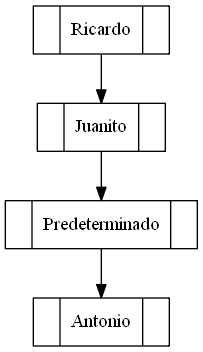
Above: Usuarios.png in TaTo30/EDD-Proyecto2_201800585 (Graphviz), before the change. Its source is kept beside it as Usuarios.dot.
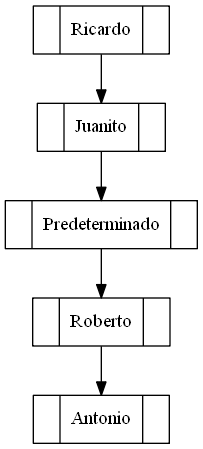
The same file after the commit.

What changed in the source:
```diff
@@ -2,8 +2,10 @@
  node [shape = record];1[label="<f0>| <f22>Ricardo | <f1>"];
 2[label="<f0>| <f22>Juanito | <f1>"];
 10[label="<f0>| <f22>Predeterminado | <f1>"];
+20[label="<f0>| <f22>Roberto | <f1>"];
 23[label="<f0>| <f22>Antonio | <f1>"];
 1 -> 2;
 2 -> 10;
-10 -> 23;
+10 -> 20;
+20 -> 23;
 }
```
